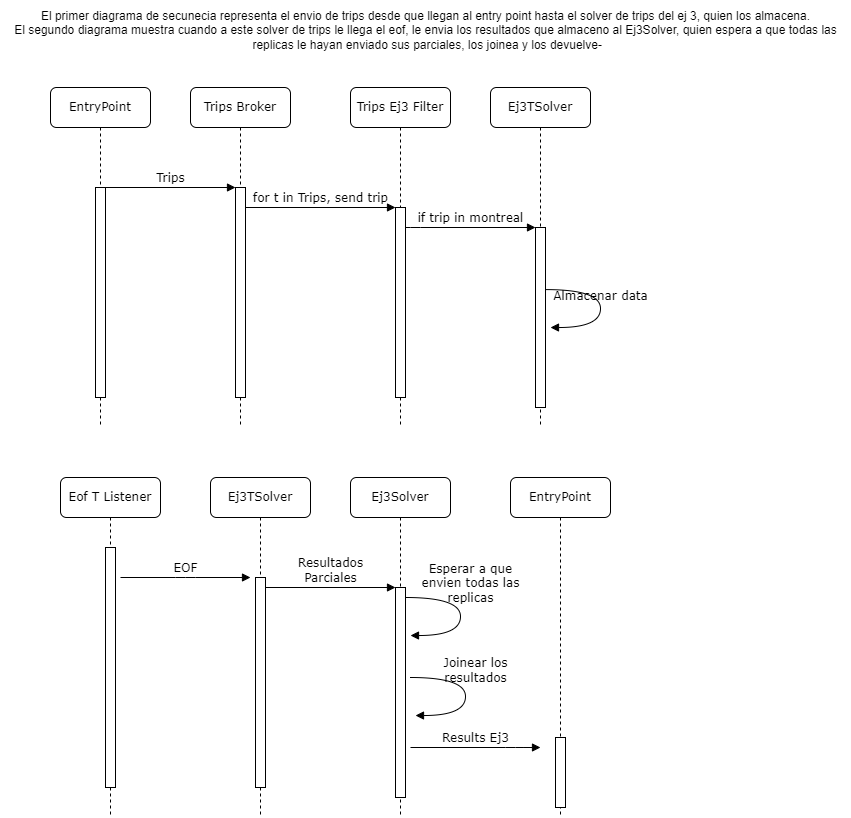
Above: Diagramas/Diagrama de Secuencia.drawio.png in joaquinhojman/DistribuidosI-TP1 (draw.io), before the change. Source tidied: cells renumbered, new cells last; positions are measured from the earlier drawing's top-left corner, leaving out a move shared by most shapes.
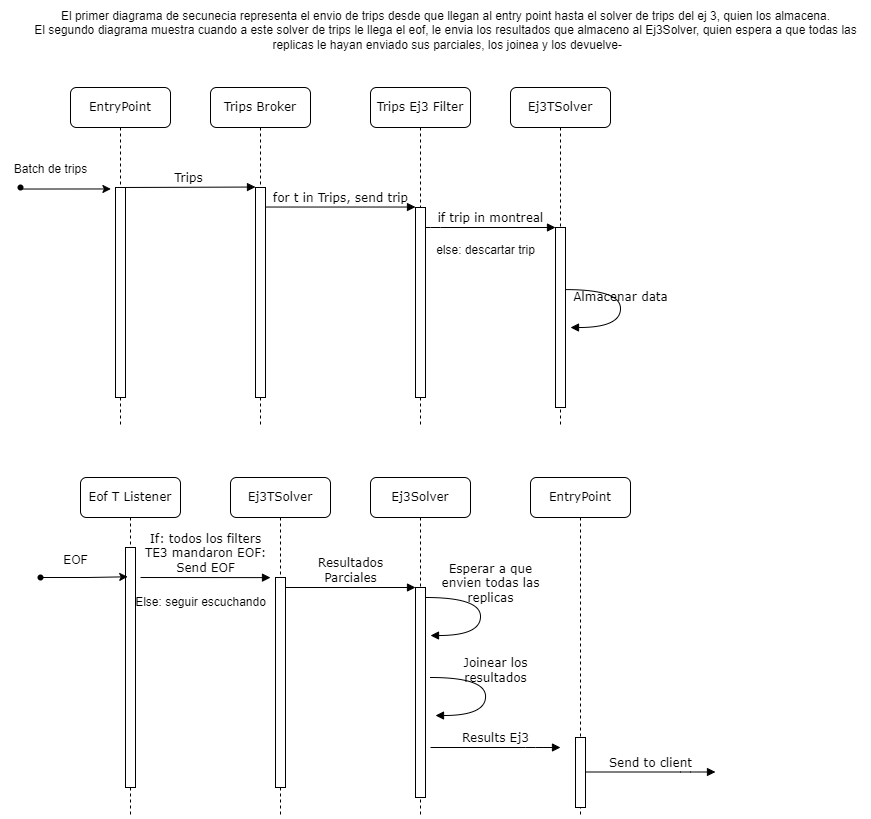
The same diagram one commit later.

Commit message:
update diagrama de secuencia

Diff of the diagram source:
```diff
@@ -17,6 +17,9 @@
     <mxCell id="6" value="Ej3TSolver" style="shape=umlLifeline;perimeter=lifelinePerimeter;whiteSpace=wrap;html=1;rounded=1;shadow=0;comic=0;labelBackgroundColor=none;strokeWidth=1;fontFamily=Verdana;fontSize=12;align=center;" parent="1" vertex="1">
       <mxGeometry x="490" y="87" width="100" height="340" as="geometry" />
     </mxCell>
+    <mxCell id="28" value="else: descartar trip" style="text;html=1;align=center;verticalAlign=middle;strokeColor=none;fillColor=none;" parent="6" vertex="1">
+      <mxGeometry x="-85" y="148" width="120" height="30" as="geometry" />
+    </mxCell>
     <mxCell id="7" value="EntryPoint" style="shape=umlLifeline;perimeter=lifelinePerimeter;whiteSpace=wrap;html=1;rounded=1;shadow=0;comic=0;labelBackgroundColor=none;strokeWidth=1;fontFamily=Verdana;fontSize=12;align=center;" parent="1" vertex="1">
       <mxGeometry x="50" y="87" width="100" height="340" as="geometry" />
     </mxCell>
@@ -73,6 +76,9 @@
     <mxCell id="19" style="html=1;points=[];perimeter=orthogonalPerimeter;rounded=0;shadow=0;comic=0;labelBackgroundColor=none;strokeWidth=1;fontFamily=Verdana;fontSize=12;align=center;" parent="18" vertex="1">
       <mxGeometry x="45" y="100" width="10" height="210" as="geometry" />
     </mxCell>
+    <mxCell id="29" value="Else: seguir escuchando" style="text;html=1;align=center;verticalAlign=middle;strokeColor=none;fillColor=none;" parent="18" vertex="1">
+      <mxGeometry x="-105" y="110" width="150" height="30" as="geometry" />
+    </mxCell>
     <mxCell id="20" value="Resultados&lt;br&gt;Parciales" style="html=1;verticalAlign=bottom;endArrow=block;entryX=0;entryY=0;labelBackgroundColor=none;fontFamily=Verdana;fontSize=12;edgeStyle=elbowEdgeStyle;elbow=vertical;" parent="1" edge="1" source="19" target="15">
       <mxGeometry relative="1" as="geometry">
         <Array as="points">
@@ -86,7 +92,7 @@
     <mxCell id="22" style="html=1;points=[];perimeter=orthogonalPerimeter;rounded=0;shadow=0;comic=0;labelBackgroundColor=none;strokeWidth=1;fontFamily=Verdana;fontSize=12;align=center;" parent="21" vertex="1">
       <mxGeometry x="45" y="70" width="10" height="240" as="geometry" />
     </mxCell>
-    <mxCell id="23" value="EOF" style="html=1;verticalAlign=bottom;endArrow=block;entryX=0;entryY=0;labelBackgroundColor=none;fontFamily=Verdana;fontSize=12;edgeStyle=elbowEdgeStyle;elbow=vertical;" parent="21" edge="1">
+    <mxCell id="23" value="If: todos los filters&lt;br&gt;TE3 mandaron EOF:&lt;br&gt;Send EOF" style="html=1;verticalAlign=bottom;endArrow=block;entryX=0;entryY=0;labelBackgroundColor=none;fontFamily=Verdana;fontSize=12;edgeStyle=elbowEdgeStyle;elbow=vertical;" parent="21" edge="1">
       <mxGeometry relative="1" as="geometry">
         <mxPoint x="60" y="100" as="sourcePoint" />
         <mxPoint x="190" y="100" as="targetPoint" />
@@ -117,5 +123,36 @@
     <mxCell id="27" value="El primer diagrama de secunecia representa el envio de trips desde que llegan al entry point hasta el solver de trips del ej 3, quien los almacena.&lt;br&gt;El segundo diagrama muestra cuando a este solver de trips le llega el eof, le envia los resultados que almaceno al Ej3Solver, quien espera a que todas las&lt;br&gt;&amp;nbsp;replicas le hayan enviado sus parciales, los joinea y los devuelve-" style="text;html=1;align=center;verticalAlign=middle;strokeColor=none;fillColor=none;" parent="1" vertex="1">
       <mxGeometry width="850" height="60" as="geometry" />
     </mxCell>
+    <mxCell id="30" style="edgeStyle=orthogonalEdgeStyle;rounded=0;jettySize=auto;html=1;entryX=-0.46;entryY=0.007;entryDx=0;entryDy=0;entryPerimeter=0;" parent="1" edge="1" source="31" target="8">
+      <mxGeometry relative="1" as="geometry">
+        <Array as="points">
+          <mxPoint y="188" />
+        </Array>
+      </mxGeometry>
+    </mxCell>
+    <mxCell id="31" style="shape=waypoint;sketch=0;fillStyle=solid;size=6;points=[];fillColor=none;perimeter=centerPerimeter;snapToPoint=1;" parent="1" vertex="1">
+      <mxGeometry x="-10" y="177" width="20" height="20" as="geometry" />
+    </mxCell>
+    <mxCell id="32" value="Batch de trips" style="text;html=1;align=center;verticalAlign=middle;strokeColor=none;fillColor=none;" parent="1" vertex="1">
+      <mxGeometry x="-20" y="154" width="100" height="30" as="geometry" />
+    </mxCell>
+    <mxCell id="33" style="edgeStyle=orthogonalEdgeStyle;rounded=0;jettySize=auto;html=1;entryX=0.22;entryY=0.122;entryDx=0;entryDy=0;entryPerimeter=0;" parent="1" edge="1" source="34" target="22">
+      <mxGeometry relative="1" as="geometry" />
+    </mxCell>
+    <mxCell id="34" style="shape=waypoint;sketch=0;fillStyle=solid;size=6;points=[];fillColor=none;perimeter=centerPerimeter;snapToPoint=1;" parent="1" vertex="1">
+      <mxGeometry x="10" y="567" width="20" height="20" as="geometry" />
+    </mxCell>
+    <mxCell id="35" value="EOF" style="text;html=1;align=center;verticalAlign=middle;strokeColor=none;fillColor=none;" parent="1" vertex="1">
+      <mxGeometry x="30" y="545" width="50" height="30" as="geometry" />
+    </mxCell>
+    <mxCell id="36" value="Send to client" style="html=1;verticalAlign=bottom;endArrow=block;entryX=0;entryY=0;labelBackgroundColor=none;fontFamily=Verdana;fontSize=12;edgeStyle=elbowEdgeStyle;elbow=vertical;" parent="1" edge="1">
+      <mxGeometry relative="1" as="geometry">
+        <mxPoint x="565" y="771.5" as="sourcePoint" />
+        <mxPoint x="695" y="771.5" as="targetPoint" />
+        <Array as="points">
+          <mxPoint x="670" y="771.5" />
+        </Array>
+      </mxGeometry>
+    </mxCell>
   </root>
 </mxGraphModel>
```
